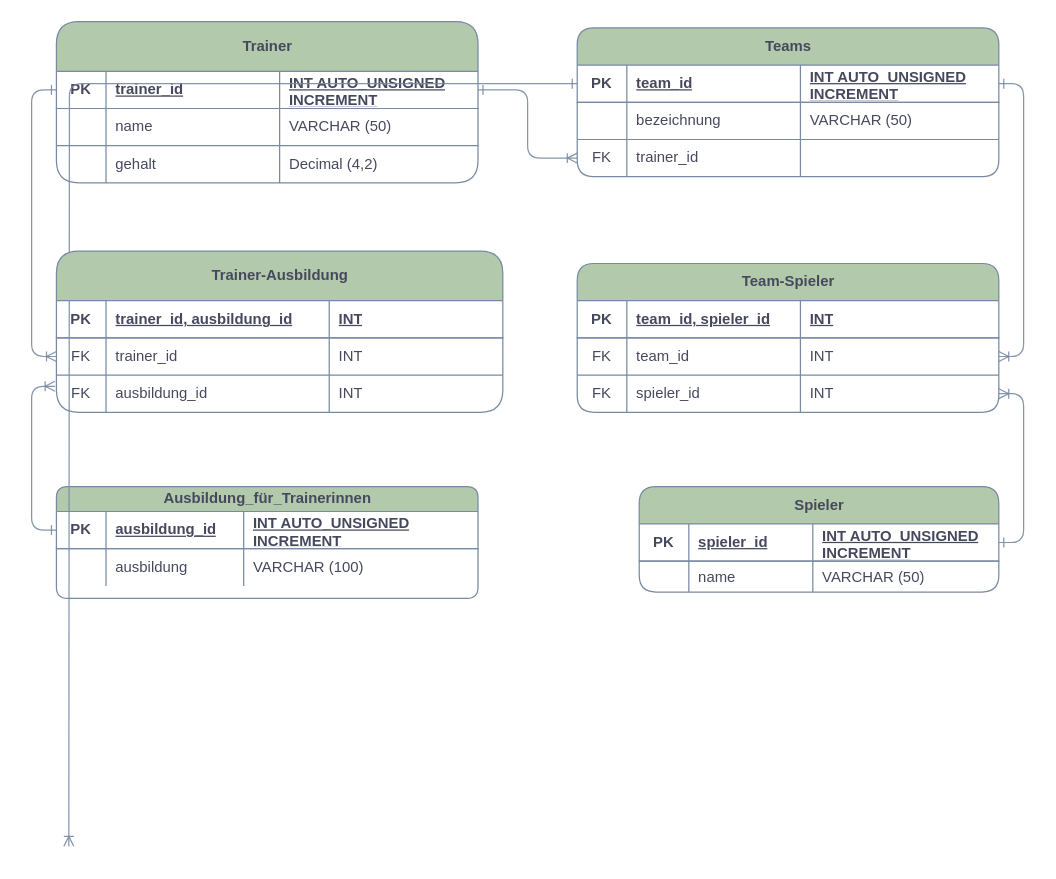
Before: page "Seite-1" (1 of 2) of 04_04/Vereinsverwaltung.drawio in KaterynaSavelieva/Datenbankerstellung-Design, a draw.io diagram. Source tidied: cells renumbered, new cells numbered last; positions are measured from the earlier drawing's top-left corner, leaving out a move shared by most shapes. Both pictures are drawn from the tidied source at 124%, with x=0, y=0 at pixel (56, 21).
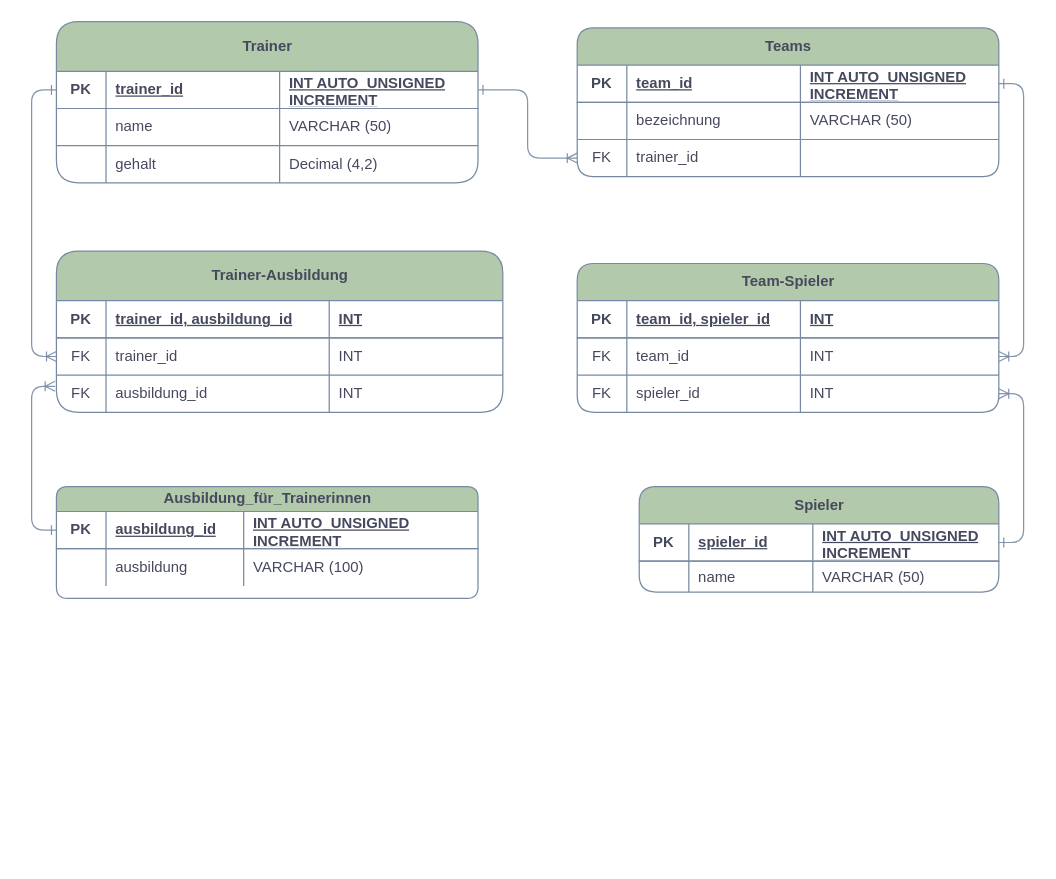
The same page after the edit.

Unchanged cells that the change refers to:
```xml
<mxCell id="3" style="shape=tableRow;horizontal=0;startSize=0;swimlaneHead=0;swimlaneBody=0;fillColor=none;points=[[0,0.5],[1,0.5]];portConstraint=eastwest;top=0;left=0;right=0;bottom=1;rounded=1;comic=0;html=1;strokeColor=#788AA3;fontColor=#46495D;" parent="2" vertex="1">
  <mxGeometry y="30" width="340" height="30" as="geometry" />
</mxCell>
```

Diff of the diagram source:
```diff
@@
-    <mxCell id="49" style="edgeStyle=orthogonalEdgeStyle;shape=connector;rounded=1;sketch=0;jettySize=auto;html=1;exitX=0;exitY=0.5;exitDx=0;exitDy=0;labelBackgroundColor=default;fontFamily=Helvetica;fontSize=12;fontColor=#46495D;startArrow=ERone;startFill=0;endArrow=ERoneToMany;strokeColor=#788AA3;fillColor=#B2C9AB;opacity=90;entryX=1;entryY=0.5;entryDx=0;entryDy=0;" parent="1" edge="1" source="3">
-      <mxGeometry relative="1" as="geometry">
-        <mxPoint x="10" y="665" as="targetPoint" />
-      </mxGeometry>
-    </mxCell>
```
